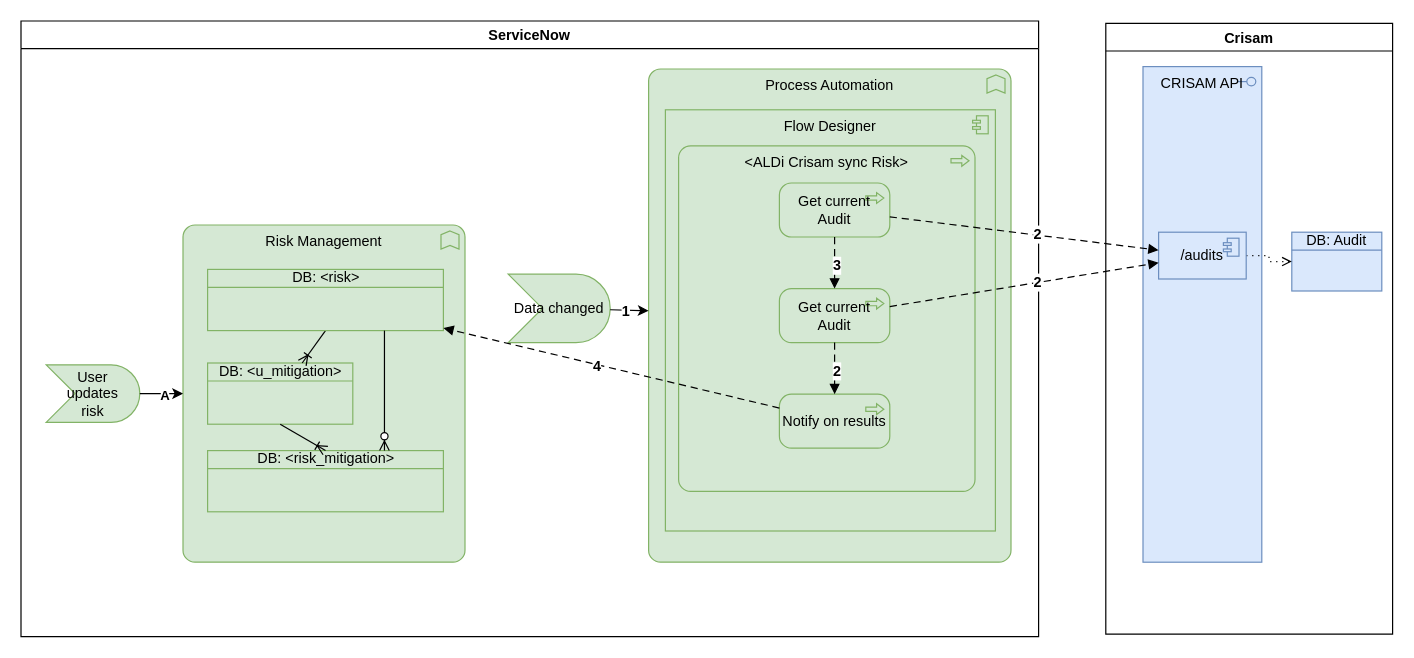
algimas/tmp keeps this draw.io diagram as page "SnRisk2Crisam" (18 of 25) of AldiCrisam.drawio. Above is the earlier version. Source tidied: cells renumbered, new cells numbered last; positions are measured from the earlier drawing's top-left corner, leaving out a move shared by most shapes. Both pictures are drawn from the tidied source at 120%, with x=0, y=0 at pixel (20, 20).
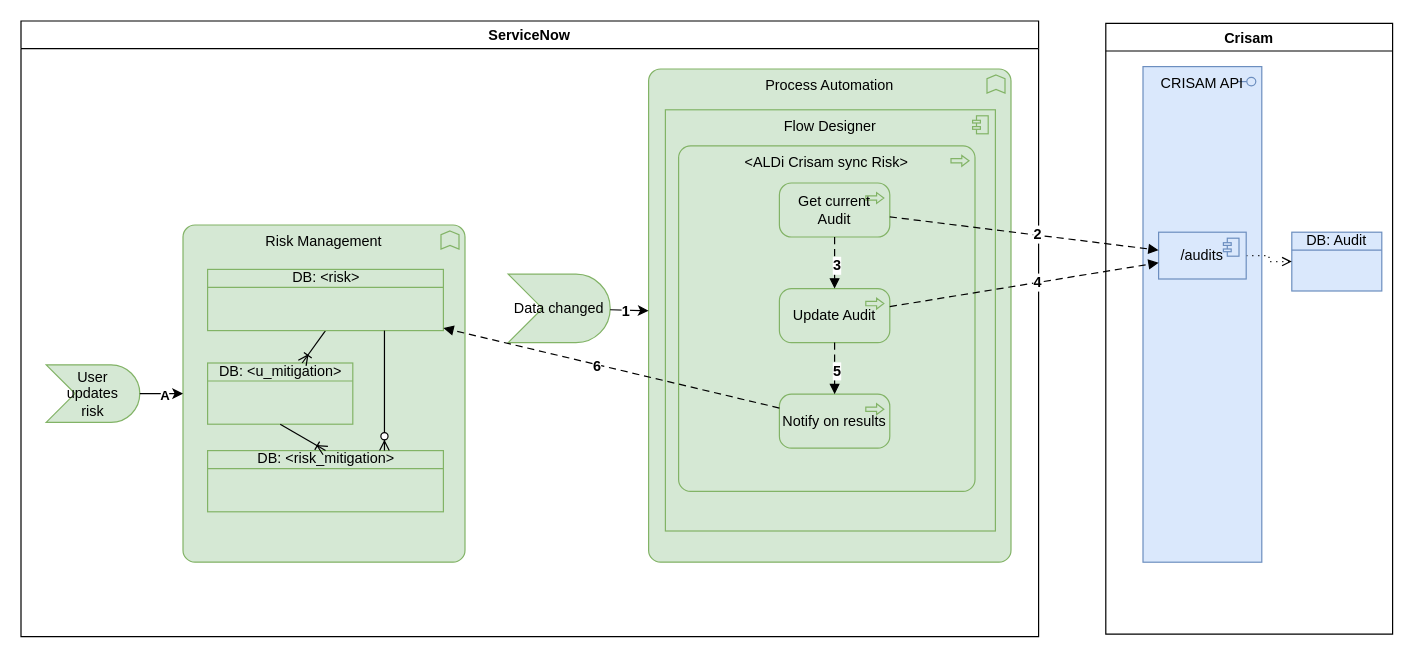
The same diagram, later.

The change refers to these unchanged cells:
```xml
<mxCell id="7" value="ServiceNow" style="swimlane;" parent="1" vertex="1">
  <mxGeometry width="848" height="513" as="geometry" />
</mxCell>
<mxCell id="29" style="html=1;endArrow=block;dashed=1;elbow=vertical;endFill=1;dashPattern=6 4;rounded=0;fontSize=12;" parent="7" edge="1" source="28" target="17">
  <mxGeometry relative="1" as="geometry" />
</mxCell>
<mxCell id="31" style="html=1;endArrow=block;dashed=1;elbow=vertical;endFill=1;dashPattern=6 4;rounded=0;fontSize=12;" parent="7" edge="1" source="25" target="28">
  <mxGeometry relative="1" as="geometry" />
</mxCell>
<mxCell id="35" style="html=1;endArrow=block;dashed=1;elbow=vertical;endFill=1;dashPattern=6 4;rounded=0;fontSize=12;" parent="1" edge="1" source="25" target="6">
  <mxGeometry relative="1" as="geometry" />
</mxCell>
```

Diff of the diagram source:
```diff
@@
-    <mxCell id="25" value="Get current Audit" style="html=1;outlineConnect=0;whiteSpace=wrap;fillColor=#d5e8d4;shape=mxgraph.archimate3.application;appType=proc;archiType=rounded;strokeColor=#82b366;" parent="7" vertex="1">
+    <mxCell id="25" value="Update Audit" style="html=1;outlineConnect=0;whiteSpace=wrap;fillColor=#d5e8d4;shape=mxgraph.archimate3.application;appType=proc;archiType=rounded;strokeColor=#82b366;" parent="7" vertex="1">
       <mxGeometry x="632" y="223" width="92" height="45" as="geometry" />
     </mxCell>
@@
-    <mxCell id="30" value="&lt;b&gt;4&lt;/b&gt;" style="edgeLabel;html=1;align=center;verticalAlign=middle;fontSize=12;" parent="29" vertex="1">
+    <mxCell id="30" value="&lt;b&gt;6&lt;/b&gt;" style="edgeLabel;html=1;align=center;verticalAlign=middle;fontSize=12;" parent="29" vertex="1">
       <mxGeometry x="0.09" y="1" relative="1" as="geometry" />
     </mxCell>
@@
-    <mxCell id="32" value="&lt;b&gt;2&lt;/b&gt;" style="edgeLabel;html=1;align=center;verticalAlign=middle;fontSize=12;" parent="31" vertex="1">
+    <mxCell id="32" value="&lt;b&gt;5&lt;/b&gt;" style="edgeLabel;html=1;align=center;verticalAlign=middle;fontSize=12;" parent="31" vertex="1">
       <mxGeometry x="0.09" y="1" relative="1" as="geometry" />
     </mxCell>
@@
-    <mxCell id="36" value="&lt;b&gt;2&lt;/b&gt;" style="edgeLabel;html=1;align=center;verticalAlign=middle;fontSize=12;" parent="35" vertex="1">
+    <mxCell id="36" value="&lt;b&gt;4&lt;/b&gt;" style="edgeLabel;html=1;align=center;verticalAlign=middle;fontSize=12;" parent="35" vertex="1">
       <mxGeometry x="0.09" y="1" relative="1" as="geometry" />
     </mxCell>
```
